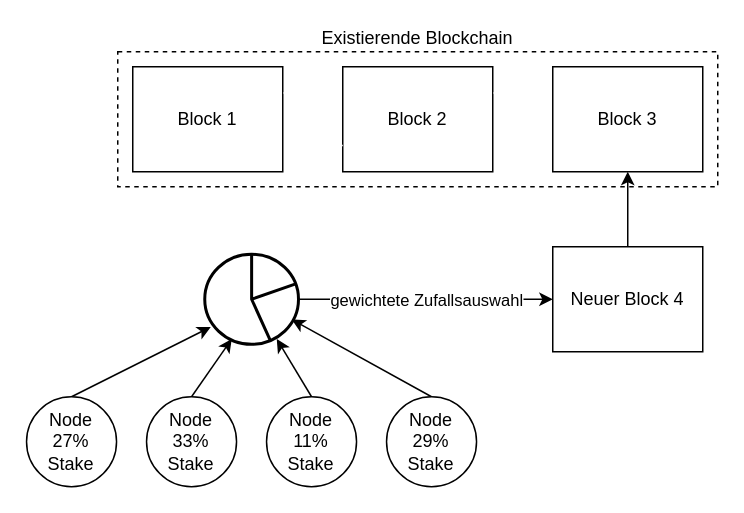
Earlier version of the draw.io diagram Proof of Stake.drawio (endrvc/Masterarbeit-Dokumente). Source tidied: cells renumbered, new cells numbered last; positions are measured from the earlier drawing's top-left corner, leaving out a move shared by most shapes. Both pictures are drawn from the tidied source at 150%, with x=0, y=0 at pixel (26, 51).
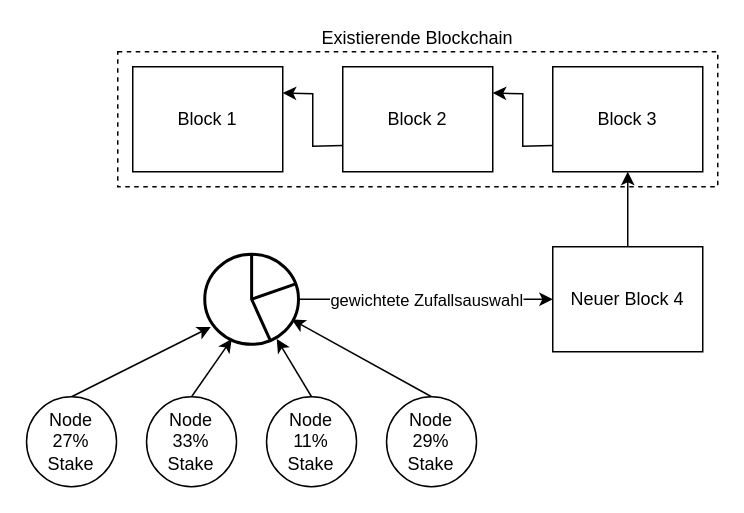
After the change.

Commit message (it also covers changes not shown here):
Proof of Stake

The change refers to these unchanged cells:
```xml
<mxCell id="2" value="Block 1" style="rounded=0;whiteSpace=wrap;html=1;" parent="1" vertex="1">
  <mxGeometry x="71" y="10" width="100" height="70" as="geometry" />
</mxCell>
<mxCell id="3" value="Block 2" style="rounded=0;whiteSpace=wrap;html=1;" parent="1" vertex="1">
  <mxGeometry x="211" y="10" width="100" height="70" as="geometry" />
</mxCell>
<mxCell id="5" value="Block 3" style="rounded=0;whiteSpace=wrap;html=1;" parent="1" vertex="1">
  <mxGeometry x="351" y="10" width="100" height="70" as="geometry" />
</mxCell>
```

What changed in the source:
```diff
@@
+    <mxCell id="9" value="Existierende Blockchain" style="rounded=0;whiteSpace=wrap;html=1;fillColor=none;dashed=1;labelPosition=center;verticalLabelPosition=top;align=center;verticalAlign=bottom;" parent="1" vertex="1">
+      <mxGeometry x="61" width="400" height="90" as="geometry" />
+    </mxCell>
@@
+    <mxCell id="21" style="edgeStyle=none;shape=connector;rounded=0;html=1;exitX=0;exitY=0.75;exitDx=0;exitDy=0;entryX=1;entryY=0.25;entryDx=0;entryDy=0;labelBackgroundColor=default;strokeColor=default;fontFamily=Helvetica;fontSize=11;fontColor=default;endArrow=classic;" parent="1" edge="1" source="3" target="2">
+      <mxGeometry relative="1" as="geometry">
+        <Array as="points">
+          <mxPoint x="191" y="63" />
+          <mxPoint x="191" y="28" />
+        </Array>
+      </mxGeometry>
+    </mxCell>
@@
-    <mxCell id="4" style="edgeStyle=none;html=1;exitX=0;exitY=0.75;exitDx=0;exitDy=0;entryX=1;entryY=0.25;entryDx=0;entryDy=0;rounded=0;strokeColor=#FFFFFF;" parent="1" edge="1" source="5" target="3">
+    <mxCell id="4" style="edgeStyle=none;shape=connector;rounded=0;html=1;exitX=0;exitY=0.75;exitDx=0;exitDy=0;entryX=1;entryY=0.25;entryDx=0;entryDy=0;labelBackgroundColor=default;strokeColor=default;fontFamily=Helvetica;fontSize=11;fontColor=default;endArrow=classic;" parent="1" edge="1" source="5" target="3">
       <mxGeometry relative="1" as="geometry">
         <Array as="points">
           <mxPoint x="331" y="63" />
           <mxPoint x="331" y="28" />
         </Array>
       </mxGeometry>
     </mxCell>
@@
-    <mxCell id="6" style="edgeStyle=none;html=1;exitX=0;exitY=0.75;exitDx=0;exitDy=0;entryX=1;entryY=0.25;entryDx=0;entryDy=0;rounded=0;strokeColor=#FFFFFF;" parent="1" edge="1">
-      <mxGeometry relative="1" as="geometry">
-        <mxPoint x="211" y="62.5" as="sourcePoint" />
-        <mxPoint x="171" y="27.5" as="targetPoint" />
-        <Array as="points">
-          <mxPoint x="191" y="62.5" />
-          <mxPoint x="191" y="27.5" />
-        </Array>
-      </mxGeometry>
-    </mxCell>
@@
-    <mxCell id="9" value="Existierende Blockchain" style="rounded=0;whiteSpace=wrap;html=1;fillColor=none;dashed=1;labelPosition=center;verticalLabelPosition=top;align=center;verticalAlign=bottom;" parent="1" vertex="1">
-      <mxGeometry x="61" width="400" height="90" as="geometry" />
-    </mxCell>
```
